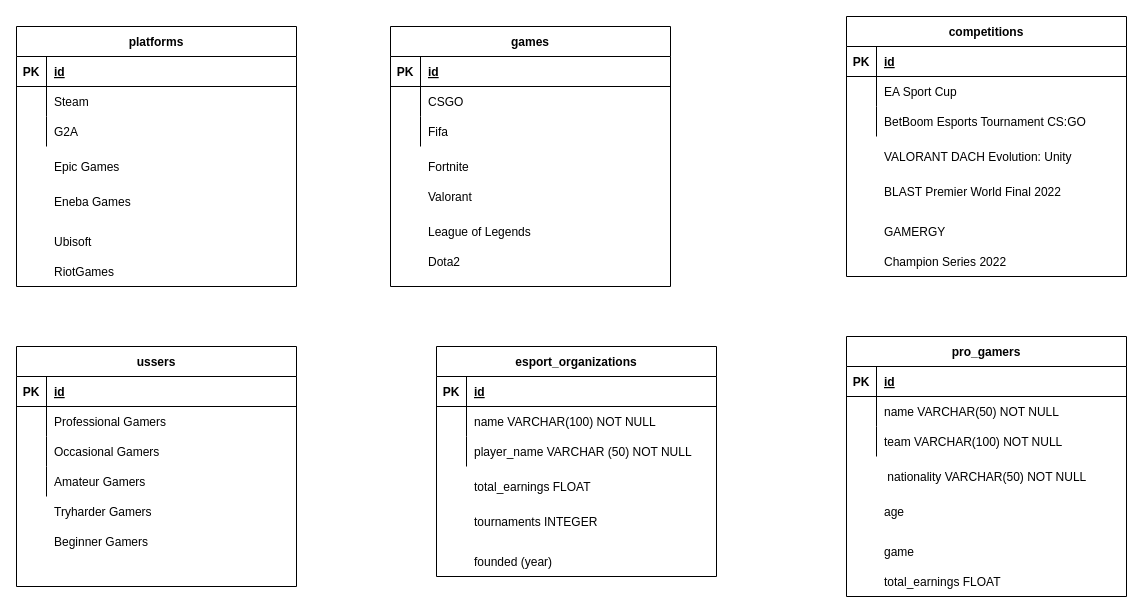
Earlier version of the draw.io diagram Diagramă fără titlu.drawio (MaticA26/amatica_db_project). Source tidied: cells renumbered, new cells numbered last; positions are measured from the earlier drawing's top-left corner, leaving out a move shared by most shapes. Both pictures are drawn from the tidied source at 100%, with x=0, y=0 at pixel (16, 16).
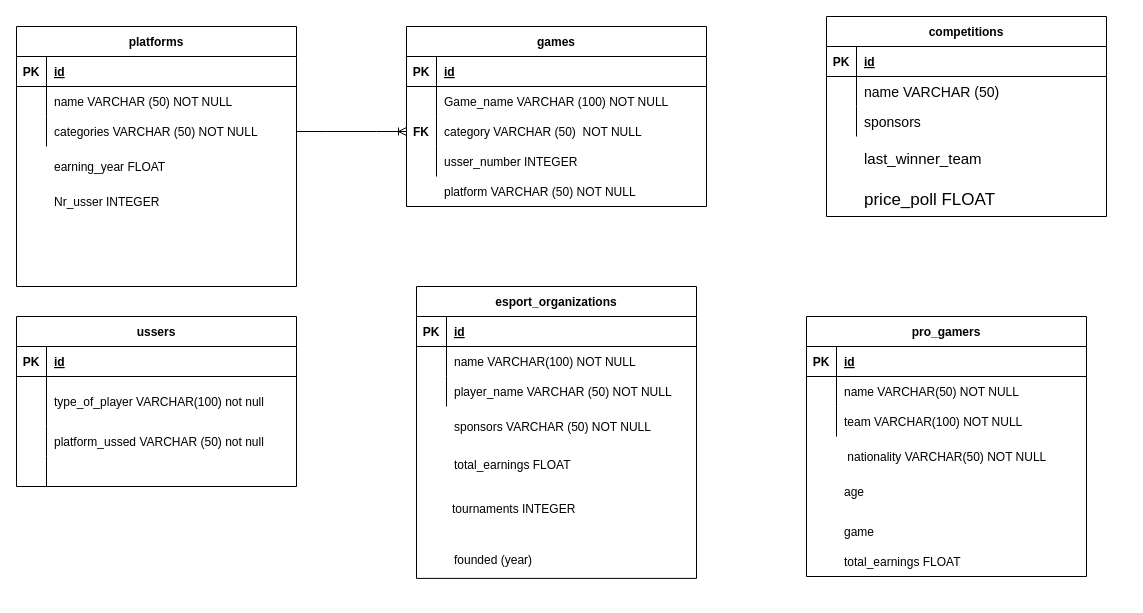
Above is the later version.

The change refers to these unchanged cells:
```xml
<mxCell id="4" style="group;" parent="1" vertex="1">
  <mxGeometry y="10" width="280" height="260" as="geometry" />
</mxCell>
<mxCell id="9" style="shape=tableRow;horizontal=0;startSize=0;swimlaneHead=0;swimlaneBody=0;fillColor=none;top=0;left=0;right=0;bottom=0;" parent="5" vertex="1">
  <mxGeometry y="60" width="280" height="30" as="geometry" />
</mxCell>
<mxCell id="12" style="shape=tableRow;horizontal=0;startSize=0;swimlaneHead=0;swimlaneBody=0;fillColor=none;points=[[0,0.5],[1,0.5]];portConstraint=eastwest;top=0;left=0;right=0;bottom=0;" parent="5" vertex="1">
  <mxGeometry y="90" width="280" height="30" as="geometry" />
</mxCell>
<mxCell id="55" style="shape=tableRow;horizontal=0;startSize=0;swimlaneHead=0;swimlaneBody=0;fillColor=none;top=0;left=0;right=0;bottom=0;" parent="51" vertex="1">
  <mxGeometry y="60" width="280" height="30" as="geometry" />
</mxCell>
<mxCell id="58" style="shape=tableRow;horizontal=0;startSize=0;swimlaneHead=0;swimlaneBody=0;fillColor=none;top=0;left=0;right=0;bottom=0;" parent="51" vertex="1">
  <mxGeometry y="90" width="280" height="30" as="geometry" />
</mxCell>
```

The edit, as a diff of the source:
```diff
@@
-    <mxCell id="11" value="Steam" style="shape=partialRectangle;fillColor=none;top=0;left=0;bottom=0;right=0;align=left;spacingLeft=6;overflow=hidden;" parent="9" vertex="1">
+    <mxCell id="11" value="name VARCHAR (50) NOT NULL" style="shape=partialRectangle;fillColor=none;top=0;left=0;bottom=0;right=0;align=left;spacingLeft=6;overflow=hidden;" parent="9" vertex="1">
       <mxGeometry x="30" width="250" height="30" as="geometry" />
     </mxCell>
@@
-    <mxCell id="14" value="G2A" style="shape=partialRectangle;fillColor=none;top=0;left=0;bottom=0;right=0;align=left;spacingLeft=6;overflow=hidden;" parent="12" vertex="1">
+    <mxCell id="14" value="categories VARCHAR (50) NOT NULL" style="shape=partialRectangle;fillColor=none;top=0;left=0;bottom=0;right=0;align=left;spacingLeft=6;overflow=hidden;" parent="12" vertex="1">
       <mxGeometry x="30" width="250" height="30" as="geometry" />
     </mxCell>
-    <mxCell id="15" value="Epic Games" style="shape=partialRectangle;fillColor=none;top=0;left=0;bottom=0;right=0;align=left;spacingLeft=6;overflow=hidden;" parent="4" vertex="1">
+    <mxCell id="15" value="earning_year FLOAT " style="shape=partialRectangle;fillColor=none;top=0;left=0;bottom=0;right=0;align=left;spacingLeft=6;overflow=hidden;" parent="4" vertex="1">
       <mxGeometry x="30" y="125" width="250" height="30" as="geometry" />
     </mxCell>
-    <mxCell id="16" value="Eneba Games" style="shape=partialRectangle;fillColor=none;top=0;left=0;bottom=0;right=0;align=left;spacingLeft=6;overflow=hidden;" parent="4" vertex="1">
-      <mxGeometry x="30" y="160" width="250" height="30" as="geometry" />
-    </mxCell>
-    <mxCell id="17" value="Ubisoft" style="shape=partialRectangle;fillColor=none;top=0;left=0;bottom=0;right=0;align=left;spacingLeft=6;overflow=hidden;" parent="4" vertex="1">
-      <mxGeometry x="30" y="200" width="250" height="30" as="geometry" />
+    <mxCell id="17" value="Nr_usser INTEGER" style="shape=partialRectangle;fillColor=none;top=0;left=0;bottom=0;right=0;align=left;spacingLeft=6;overflow=hidden;" parent="4" vertex="1">
+      <mxGeometry x="30" y="160" width="250" height="30" as="geometry" />
     </mxCell>
-    <mxCell id="18" value="RiotGames" style="shape=partialRectangle;fillColor=none;top=0;left=0;bottom=0;right=0;align=left;spacingLeft=6;overflow=hidden;" parent="4" vertex="1">
-      <mxGeometry x="30" y="230" width="250" height="30" as="geometry" />
-    </mxCell>
     <mxCell id="19" style="group;" parent="1" vertex="1">
-      <mxGeometry y="330" width="280" height="240" as="geometry" />
+      <mxGeometry y="300" width="280" height="150" as="geometry" />
     </mxCell>
     <mxCell id="20" value="ussers" style="shape=table;startSize=30;childLayout=tableLayout;rowLines=0;fontStyle=1;align=center;" parent="19" vertex="1">
-      <mxGeometry width="280" height="240" as="geometry" />
+      <mxGeometry width="280" height="170" as="geometry" />
     </mxCell>
@@
     <mxCell id="24" style="shape=tableRow;horizontal=0;startSize=0;swimlaneHead=0;swimlaneBody=0;fillColor=none;top=0;left=0;right=0;bottom=0;" parent="20" vertex="1">
-      <mxGeometry y="60" width="280" height="30" as="geometry" />
+      <mxGeometry y="60" width="280" height="50" as="geometry" />
     </mxCell>
     <mxCell id="25" style="shape=partialRectangle;fillColor=none;top=0;left=0;bottom=0;right=0;overflow=hidden;" parent="24" vertex="1">
-      <mxGeometry width="30" height="30" as="geometry" />
+      <mxGeometry width="30" height="50" as="geometry" />
     </mxCell>
-    <mxCell id="26" value="Professional Gamers" style="shape=partialRectangle;fillColor=none;top=0;left=0;bottom=0;right=0;align=left;spacingLeft=6;overflow=hidden;" parent="24" vertex="1">
-      <mxGeometry x="30" width="250" height="30" as="geometry" />
+    <mxCell id="26" value="type_of_player VARCHAR(100) not null" style="shape=partialRectangle;fillColor=none;top=0;left=0;bottom=0;right=0;align=left;spacingLeft=6;overflow=hidden;" parent="24" vertex="1">
+      <mxGeometry x="30" width="250" height="50" as="geometry" />
     </mxCell>
     <mxCell id="27" style="shape=tableRow;horizontal=0;startSize=0;swimlaneHead=0;swimlaneBody=0;fillColor=none;top=0;left=0;right=0;bottom=0;" parent="20" vertex="1">
-      <mxGeometry y="90" width="280" height="30" as="geometry" />
+      <mxGeometry y="110" width="280" height="30" as="geometry" />
     </mxCell>
@@
-    <mxCell id="29" value="Occasional Gamers" style="shape=partialRectangle;fillColor=none;top=0;left=0;bottom=0;right=0;align=left;spacingLeft=6;overflow=hidden;" parent="27" vertex="1">
+    <mxCell id="29" value="platform_ussed VARCHAR (50) not null" style="shape=partialRectangle;fillColor=none;top=0;left=0;bottom=0;right=0;align=left;spacingLeft=6;overflow=hidden;" parent="27" vertex="1">
       <mxGeometry x="30" width="250" height="30" as="geometry" />
     </mxCell>
     <mxCell id="30" style="shape=tableRow;horizontal=0;startSize=0;swimlaneHead=0;swimlaneBody=0;fillColor=none;top=0;left=0;right=0;bottom=0;" parent="20" vertex="1">
-      <mxGeometry y="120" width="280" height="30" as="geometry" />
+      <mxGeometry y="140" width="280" height="30" as="geometry" />
     </mxCell>
@@
-    <mxCell id="32" value="Amateur Gamers" style="shape=partialRectangle;fillColor=none;top=0;left=0;bottom=0;right=0;align=left;spacingLeft=6;overflow=hidden;" parent="30" vertex="1">
+    <mxCell id="32" style="shape=partialRectangle;fillColor=none;top=0;left=0;bottom=0;right=0;align=left;spacingLeft=6;overflow=hidden;" parent="30" vertex="1">
       <mxGeometry x="30" width="250" height="30" as="geometry" />
     </mxCell>
-    <mxCell id="33" value="Tryharder Gamers " style="shape=partialRectangle;fillColor=none;top=0;left=0;bottom=0;right=0;align=left;spacingLeft=6;overflow=hidden;" parent="19" vertex="1">
-      <mxGeometry x="30" y="150" width="250" height="30" as="geometry" />
-    </mxCell>
-    <mxCell id="34" value="Beginner Gamers" style="shape=partialRectangle;fillColor=none;top=0;left=0;bottom=0;right=0;align=left;spacingLeft=6;overflow=hidden;" parent="19" vertex="1">
-      <mxGeometry x="30" y="180" width="250" height="30" as="geometry" />
-    </mxCell>
-    <mxCell id="35" style="group;" parent="1" vertex="1">
-      <mxGeometry x="374" y="10" width="280" height="260" as="geometry" />
-    </mxCell>
-    <mxCell id="36" value="games" style="shape=table;startSize=30;childLayout=tableLayout;rowLines=0;fontStyle=1;align=center;" parent="35" vertex="1">
-      <mxGeometry width="280" height="260" as="geometry" />
-    </mxCell>
-    <mxCell id="37" style="shape=tableRow;horizontal=0;startSize=0;swimlaneHead=0;swimlaneBody=0;fillColor=none;top=0;left=0;right=0;bottom=1;" parent="36" vertex="1">
-      <mxGeometry y="30" width="280" height="30" as="geometry" />
-    </mxCell>
-    <mxCell id="38" value="PK" style="shape=partialRectangle;fillColor=none;top=0;left=0;bottom=0;right=0;fontStyle=1;overflow=hidden;" parent="37" vertex="1">
-      <mxGeometry width="30" height="30" as="geometry" />
-    </mxCell>
-    <mxCell id="39" value="id" style="shape=partialRectangle;fillColor=none;top=0;left=0;bottom=0;right=0;align=left;spacingLeft=6;fontStyle=5;overflow=hidden;" parent="37" vertex="1">
-      <mxGeometry x="30" width="250" height="30" as="geometry" />
-    </mxCell>
-    <mxCell id="40" style="shape=tableRow;horizontal=0;startSize=0;swimlaneHead=0;swimlaneBody=0;fillColor=none;top=0;left=0;right=0;bottom=0;" parent="36" vertex="1">
-      <mxGeometry y="60" width="280" height="30" as="geometry" />
-    </mxCell>
-    <mxCell id="41" style="shape=partialRectangle;fillColor=none;top=0;left=0;bottom=0;right=0;overflow=hidden;" parent="40" vertex="1">
-      <mxGeometry width="30" height="30" as="geometry" />
-    </mxCell>
-    <mxCell id="42" value="CSGO" style="shape=partialRectangle;fillColor=none;top=0;left=0;bottom=0;right=0;align=left;spacingLeft=6;overflow=hidden;" parent="40" vertex="1">
-      <mxGeometry x="30" width="250" height="30" as="geometry" />
-    </mxCell>
-    <mxCell id="43" style="shape=tableRow;horizontal=0;startSize=0;swimlaneHead=0;swimlaneBody=0;fillColor=none;top=0;left=0;right=0;bottom=0;" parent="36" vertex="1">
-      <mxGeometry y="90" width="280" height="30" as="geometry" />
-    </mxCell>
-    <mxCell id="44" style="shape=partialRectangle;fillColor=none;top=0;left=0;bottom=0;right=0;overflow=hidden;" parent="43" vertex="1">
-      <mxGeometry width="30" height="30" as="geometry" />
-    </mxCell>
-    <mxCell id="45" value="Fifa" style="shape=partialRectangle;fillColor=none;top=0;left=0;bottom=0;right=0;align=left;spacingLeft=6;overflow=hidden;" parent="43" vertex="1">
-      <mxGeometry x="30" width="250" height="30" as="geometry" />
-    </mxCell>
-    <mxCell id="46" value="Valorant" style="shape=partialRectangle;fillColor=none;top=0;left=0;bottom=0;right=0;align=left;spacingLeft=6;overflow=hidden;" parent="35" vertex="1">
-      <mxGeometry x="30" y="155" width="250" height="30" as="geometry" />
-    </mxCell>
-    <mxCell id="47" value="League of Legends" style="shape=partialRectangle;fillColor=none;top=0;left=0;bottom=0;right=0;align=left;spacingLeft=6;overflow=hidden;" parent="35" vertex="1">
-      <mxGeometry x="30" y="190" width="250" height="30" as="geometry" />
-    </mxCell>
-    <mxCell id="48" value="Dota2" style="shape=partialRectangle;fillColor=none;top=0;left=0;bottom=0;right=0;align=left;spacingLeft=6;overflow=hidden;" parent="35" vertex="1">
-      <mxGeometry x="30" y="220" width="250" height="30" as="geometry" />
-    </mxCell>
-    <mxCell id="49" value="Fortnite" style="shape=partialRectangle;fillColor=none;top=0;left=0;bottom=0;right=0;align=left;spacingLeft=6;overflow=hidden;" parent="35" vertex="1">
-      <mxGeometry x="30" y="125" width="250" height="30" as="geometry" />
-    </mxCell>
     <mxCell id="50" value="&#10;&#10;" style="group;" parent="1" vertex="1">
-      <mxGeometry x="830" width="280" height="260" as="geometry" />
+      <mxGeometry x="810" width="280" height="200" as="geometry" />
     </mxCell>
     <mxCell id="51" value="competitions" style="shape=table;startSize=30;childLayout=tableLayout;rowLines=0;fontStyle=1;align=center;" parent="50" vertex="1">
-      <mxGeometry width="280" height="260" as="geometry" />
+      <mxGeometry width="280" height="200" as="geometry" />
     </mxCell>
@@
-    <mxCell id="57" value="EA Sport Cup" style="shape=partialRectangle;fillColor=none;top=0;left=0;bottom=0;right=0;align=left;spacingLeft=6;overflow=hidden;" parent="55" vertex="1">
+    <mxCell id="57" value="name VARCHAR (50)" style="shape=partialRectangle;fillColor=none;top=0;left=0;bottom=0;right=0;align=left;spacingLeft=6;overflow=hidden;fontSize=14;" parent="55" vertex="1">
       <mxGeometry x="30" width="250" height="30" as="geometry" />
     </mxCell>
@@
-    <mxCell id="60" value="BetBoom Esports Tournament CS:GO" style="shape=partialRectangle;fillColor=none;top=0;left=0;bottom=0;right=0;align=left;spacingLeft=6;overflow=hidden;" parent="58" vertex="1">
+    <mxCell id="60" value="sponsors " style="shape=partialRectangle;fillColor=none;top=0;left=0;bottom=0;right=0;align=left;spacingLeft=6;overflow=hidden;fontSize=14;" parent="58" vertex="1">
       <mxGeometry x="30" width="250" height="30" as="geometry" />
     </mxCell>
-    <mxCell id="61" value="VALORANT DACH Evolution: Unity" style="shape=partialRectangle;fillColor=none;top=0;left=0;bottom=0;right=0;align=left;spacingLeft=6;overflow=hidden;" parent="50" vertex="1">
-      <mxGeometry x="30" y="125" width="250" height="30" as="geometry" />
+    <mxCell id="61" value="last_winner_team" style="shape=partialRectangle;fillColor=none;top=0;left=0;bottom=0;right=0;align=left;spacingLeft=6;overflow=hidden;fontSize=15;" parent="50" vertex="1">
+      <mxGeometry x="30" y="130" width="250" height="23.1" as="geometry" />
     </mxCell>
-    <mxCell id="62" value="BLAST Premier World Final 2022" style="shape=partialRectangle;fillColor=none;top=0;left=0;bottom=0;right=0;align=left;spacingLeft=6;overflow=hidden;" parent="50" vertex="1">
-      <mxGeometry x="30" y="160" width="250" height="30" as="geometry" />
-    </mxCell>
-    <mxCell id="63" value="GAMERGY" style="shape=partialRectangle;fillColor=none;top=0;left=0;bottom=0;right=0;align=left;spacingLeft=6;overflow=hidden;" parent="50" vertex="1">
-      <mxGeometry x="30" y="200" width="250" height="30" as="geometry" />
+    <mxCell id="63" value="price_poll FLOAT" style="shape=partialRectangle;fillColor=none;top=0;left=0;bottom=0;right=0;align=left;spacingLeft=6;overflow=hidden;fontSize=17;" parent="50" vertex="1">
+      <mxGeometry x="30" y="170" width="250" height="23.1" as="geometry" />
     </mxCell>
-    <mxCell id="64" value="Champion Series 2022" style="shape=partialRectangle;fillColor=none;top=0;left=0;bottom=0;right=0;align=left;spacingLeft=6;overflow=hidden;" parent="50" vertex="1">
-      <mxGeometry x="30" y="230" width="250" height="30" as="geometry" />
-    </mxCell>
     <mxCell id="65" style="group;" parent="1" vertex="1">
-      <mxGeometry x="420" y="330" width="280" height="260" as="geometry" />
+      <mxGeometry x="400" y="270" width="280" height="330" as="geometry" />
     </mxCell>
     <mxCell id="66" value="esport_organizations" style="shape=table;startSize=30;childLayout=tableLayout;rowLines=0;fontStyle=1;align=center;" parent="65" vertex="1">
-      <mxGeometry width="280" height="230" as="geometry" />
+      <mxGeometry width="280" height="291.9" as="geometry" />
     </mxCell>
@@
     <mxCell id="76" value="total_earnings FLOAT " style="shape=partialRectangle;fillColor=none;top=0;left=0;bottom=0;right=0;align=left;spacingLeft=6;overflow=hidden;" parent="65" vertex="1">
-      <mxGeometry x="30" y="125" width="250" height="30" as="geometry" />
+      <mxGeometry x="30" y="158.7" width="250" height="38.1" as="geometry" />
     </mxCell>
     <mxCell id="77" value="tournaments INTEGER" style="shape=partialRectangle;fillColor=none;top=0;left=0;bottom=0;right=0;align=left;spacingLeft=6;overflow=hidden;" parent="65" vertex="1">
-      <mxGeometry x="30" y="160" width="250" height="30" as="geometry" />
+      <mxGeometry x="28" y="203.1" width="250" height="38.1" as="geometry" />
     </mxCell>
     <mxCell id="78" value="founded (year)" style="shape=partialRectangle;fillColor=none;top=0;left=0;bottom=0;right=0;align=left;spacingLeft=6;overflow=hidden;" parent="65" vertex="1">
-      <mxGeometry x="30" y="200" width="250" height="30" as="geometry" />
+      <mxGeometry x="30" y="253.8" width="250" height="38.1" as="geometry" />
     </mxCell>
+    <mxCell id="94" value="sponsors VARCHAR (50) NOT NULL" style="shape=partialRectangle;fillColor=none;top=0;left=0;bottom=0;right=0;align=left;spacingLeft=6;overflow=hidden;" parent="65" vertex="1">
+      <mxGeometry x="30" y="120.6" width="250" height="38.1" as="geometry" />
+    </mxCell>
     <mxCell id="79" style="group;" parent="1" vertex="1">
-      <mxGeometry x="830" y="320" width="280" height="260" as="geometry" />
+      <mxGeometry x="790" y="300" width="280" height="260" as="geometry" />
     </mxCell>
@@
+    <mxCell id="36" value="games" style="shape=table;startSize=30;childLayout=tableLayout;rowLines=0;fontStyle=1;align=center;" parent="1" vertex="1">
+      <mxGeometry x="390" y="10" width="300" height="180" as="geometry" />
+    </mxCell>
+    <mxCell id="95" style="shape=tableRow;horizontal=0;startSize=0;swimlaneHead=0;swimlaneBody=0;fillColor=none;top=0;left=0;right=0;bottom=1;" parent="36" vertex="1">
+      <mxGeometry y="30" width="300" height="30" as="geometry" />
+    </mxCell>
+    <mxCell id="38" value="PK" style="shape=partialRectangle;fillColor=none;top=0;left=0;bottom=0;right=0;fontStyle=1;overflow=hidden;" parent="95" vertex="1">
+      <mxGeometry width="30" height="30" as="geometry" />
+    </mxCell>
+    <mxCell id="39" value="id" style="shape=partialRectangle;fillColor=none;top=0;left=0;bottom=0;right=0;align=left;spacingLeft=6;fontStyle=5;overflow=hidden;" parent="95" vertex="1">
+      <mxGeometry x="30" width="270" height="30" as="geometry" />
+    </mxCell>
+    <mxCell id="96" style="shape=tableRow;horizontal=0;startSize=0;swimlaneHead=0;swimlaneBody=0;fillColor=none;top=0;left=0;right=0;bottom=0;" parent="36" vertex="1">
+      <mxGeometry y="60" width="300" height="30" as="geometry" />
+    </mxCell>
+    <mxCell id="97" style="shape=partialRectangle;fillColor=none;top=0;left=0;bottom=0;right=0;overflow=hidden;" parent="96" vertex="1">
+      <mxGeometry width="30" height="30" as="geometry" />
+    </mxCell>
+    <mxCell id="98" value="Game_name VARCHAR (100) NOT NULL" style="shape=partialRectangle;fillColor=none;top=0;left=0;bottom=0;right=0;align=left;spacingLeft=6;overflow=hidden;" parent="96" vertex="1">
+      <mxGeometry x="30" width="270" height="30" as="geometry" />
+    </mxCell>
+    <mxCell id="99" style="shape=tableRow;horizontal=0;startSize=0;swimlaneHead=0;swimlaneBody=0;fillColor=none;points=[[0,0.5],[1,0.5]];portConstraint=eastwest;top=0;left=0;right=0;bottom=0;" parent="36" vertex="1">
+      <mxGeometry y="90" width="300" height="30" as="geometry" />
+    </mxCell>
+    <mxCell id="100" style="shape=partialRectangle;fillColor=none;top=0;left=0;bottom=0;right=0;overflow=hidden;" parent="99" vertex="1">
+      <mxGeometry width="30" height="30" as="geometry" />
+    </mxCell>
+    <mxCell id="101" value="category VARCHAR (50)  NOT NULL" style="shape=partialRectangle;fillColor=none;top=0;left=0;bottom=0;right=0;align=left;spacingLeft=6;overflow=hidden;" parent="99" vertex="1">
+      <mxGeometry x="30" width="270" height="30" as="geometry" />
+    </mxCell>
+    <mxCell id="102" style="shape=tableRow;horizontal=0;startSize=0;swimlaneHead=0;swimlaneBody=0;fillColor=none;top=0;left=0;right=0;bottom=0;" parent="36" vertex="1">
+      <mxGeometry y="120" width="300" height="30" as="geometry" />
+    </mxCell>
+    <mxCell id="103" style="shape=partialRectangle;fillColor=none;top=0;left=0;bottom=0;right=0;overflow=hidden;" parent="102" vertex="1">
+      <mxGeometry width="30" height="30" as="geometry" />
+    </mxCell>
+    <mxCell id="104" value="usser_number INTEGER" style="shape=partialRectangle;fillColor=none;top=0;left=0;bottom=0;right=0;align=left;spacingLeft=6;overflow=hidden;" parent="102" vertex="1">
+      <mxGeometry x="30" width="270" height="30" as="geometry" />
+    </mxCell>
+    <mxCell id="105" value="FK" style="shape=partialRectangle;fillColor=none;top=0;left=0;bottom=0;right=0;fontStyle=1;overflow=hidden;" parent="1" vertex="1">
+      <mxGeometry x="390" y="100" width="30" height="30" as="geometry" />
+    </mxCell>
+    <mxCell id="106" style="edgeStyle=entityRelationEdgeStyle;fontSize=12;html=1;endArrow=ERoneToMany;rounded=0;exitX=1;exitY=0.5;exitDx=0;exitDy=0;" parent="1" edge="1" source="12" target="99">
+      <mxGeometry relative="1" as="geometry" />
+    </mxCell>
+    <mxCell id="107" value="platform VARCHAR (50) NOT NULL" style="shape=partialRectangle;fillColor=none;top=0;left=0;bottom=0;right=0;align=left;spacingLeft=6;overflow=hidden;" parent="1" vertex="1">
+      <mxGeometry x="420" y="160" width="270" height="30" as="geometry" />
+    </mxCell>
```
